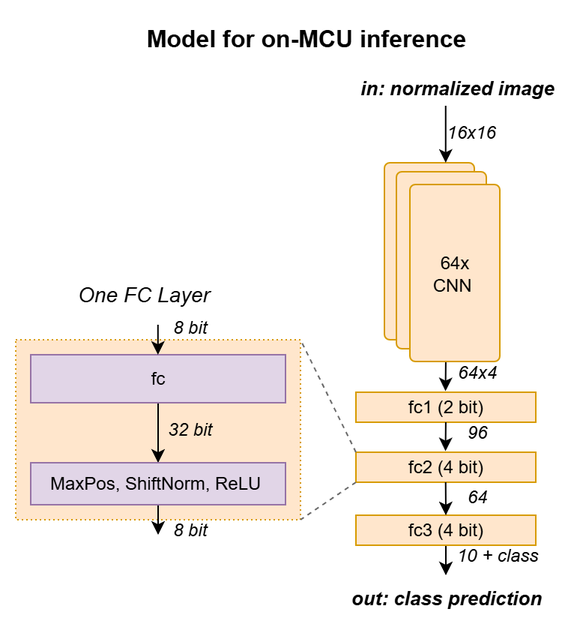
Above: docs/model_cnn_overview.png in cpldcpu/BitNetMCU (draw.io), before the change. Source tidied: cells renumbered, new cells last; positions are measured from the earlier drawing's top-left corner, leaving out a move shared by most shapes.
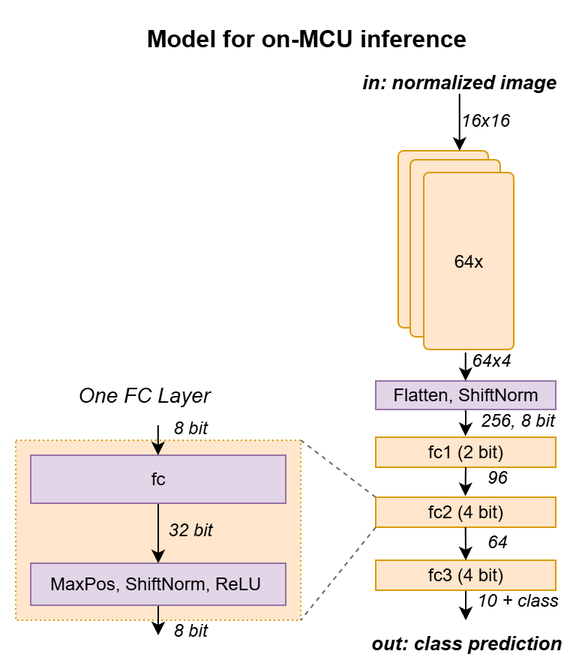
After the change.

Diff of the diagram source:
```diff
@@ -3,34 +3,34 @@
     <mxCell id="0" />
     <mxCell id="1" parent="0" />
     <mxCell id="2" style="rounded=0;whiteSpace=wrap;html=1;dashed=1;dashPattern=1 2;fillColor=#ffe6cc;strokeColor=#d79b00;" parent="1" vertex="1">
-      <mxGeometry y="216" width="190" height="120" as="geometry" />
+      <mxGeometry x="-13" y="253" width="190" height="120" as="geometry" />
     </mxCell>
     <mxCell id="3" style="edgeStyle=orthogonalEdgeStyle;rounded=0;jettySize=auto;html=1;entryX=0.5;entryY=0;entryDx=0;entryDy=0;" parent="1" edge="1" source="4" target="6">
       <mxGeometry relative="1" as="geometry">
         <Array as="points">
-          <mxPoint x="95" y="278" />
-          <mxPoint x="95" y="278" />
+          <mxPoint x="82" y="315" />
+          <mxPoint x="82" y="315" />
         </Array>
       </mxGeometry>
     </mxCell>
     <mxCell id="4" value="fc" style="rounded=0;whiteSpace=wrap;html=1;fillColor=#e1d5e7;strokeColor=#9673a6;" parent="1" vertex="1">
-      <mxGeometry x="10" y="226" width="170" height="32" as="geometry" />
+      <mxGeometry x="-3" y="263" width="170" height="32" as="geometry" />
     </mxCell>
     <mxCell id="5" style="edgeStyle=orthogonalEdgeStyle;rounded=0;jettySize=auto;html=1;" parent="1" edge="1" source="6">
       <mxGeometry relative="1" as="geometry">
-        <mxPoint x="95" y="346" as="targetPoint" />
+        <mxPoint x="82" y="383" as="targetPoint" />
       </mxGeometry>
     </mxCell>
     <mxCell id="6" value="MaxPos, ShiftNorm, ReLU&amp;nbsp;" style="rounded=0;whiteSpace=wrap;html=1;fillColor=#e1d5e7;strokeColor=#9673a6;" parent="1" vertex="1">
-      <mxGeometry x="10" y="298" width="170" height="28" as="geometry" />
+      <mxGeometry x="-3" y="335" width="170" height="28" as="geometry" />
     </mxCell>
     <mxCell id="7" value="&lt;span style=&quot;font-weight: normal;&quot;&gt;&lt;i&gt;One FC Layer&lt;/i&gt;&lt;/span&gt;" style="text;html=1;align=center;verticalAlign=middle;whiteSpace=wrap;rounded=0;fontSize=14;fontStyle=1;" parent="1" vertex="1">
-      <mxGeometry x="33" y="171" width="104.5" height="30" as="geometry" />
+      <mxGeometry x="20" y="208" width="104.5" height="30" as="geometry" />
     </mxCell>
     <mxCell id="8" style="edgeStyle=orthogonalEdgeStyle;rounded=0;orthogonalLoop=1;jettySize=auto;html=1;entryX=0.5;entryY=0;entryDx=0;entryDy=0;" parent="1" edge="1">
       <mxGeometry relative="1" as="geometry">
-        <mxPoint x="94.9" y="206" as="sourcePoint" />
-        <mxPoint x="94.9" y="226" as="targetPoint" />
+        <mxPoint x="81.9" y="243" as="sourcePoint" />
+        <mxPoint x="81.9" y="263" as="targetPoint" />
       </mxGeometry>
     </mxCell>
     <mxCell id="9" value="fc1 (2 bit)" style="rounded=0;whiteSpace=wrap;html=1;fillColor=#ffe6cc;strokeColor=#d79b00;" parent="1" vertex="1">
@@ -39,10 +39,14 @@
     <mxCell id="10" style="edgeStyle=orthogonalEdgeStyle;rounded=0;jettySize=auto;html=1;entryX=0.498;entryY=-0.038;entryDx=0;entryDy=0;startArrow=none;startFill=0;entryPerimeter=0;" parent="1" edge="1" target="9">
       <mxGeometry relative="1" as="geometry">
         <mxPoint x="287" y="231" as="sourcePoint" />
+        <Array as="points">
+          <mxPoint x="287" y="240" />
+          <mxPoint x="287" y="240" />
+        </Array>
       </mxGeometry>
     </mxCell>
     <mxCell id="11" value="64x4" style="text;html=1;align=center;verticalAlign=middle;whiteSpace=wrap;rounded=0;fontStyle=2;" parent="1" vertex="1">
-      <mxGeometry x="293" y="231" width="30" height="15" as="geometry" />
+      <mxGeometry x="289" y="193" width="30" height="15" as="geometry" />
     </mxCell>
     <mxCell id="12" value="fc2 (4 bit)" style="rounded=0;whiteSpace=wrap;html=1;fillColor=#ffe6cc;strokeColor=#d79b00;" parent="1" vertex="1">
       <mxGeometry x="227" y="291" width="120" height="20" as="geometry" />
@@ -73,10 +77,10 @@
       <mxGeometry x="217.5" y="380" width="139" height="15" as="geometry" />
     </mxCell>
     <mxCell id="20" value="in: normalized image&amp;nbsp;" style="text;html=1;align=center;verticalAlign=middle;whiteSpace=wrap;rounded=0;fontStyle=3;fontSize=13;" parent="1" vertex="1">
-      <mxGeometry x="227" y="40" width="139" height="15" as="geometry" />
+      <mxGeometry x="215" y="6" width="139" height="15" as="geometry" />
     </mxCell>
     <mxCell id="21" value="Model&amp;nbsp;&lt;span style=&quot;background-color: initial;&quot;&gt;for on-MCU inference&lt;/span&gt;" style="text;html=1;align=center;verticalAlign=middle;whiteSpace=wrap;rounded=0;fontSize=16;fontStyle=1;" parent="1" vertex="1">
-      <mxGeometry x="82" width="224" height="30" as="geometry" />
+      <mxGeometry x="69" y="-30" width="224" height="30" as="geometry" />
     </mxCell>
     <mxCell id="22" style="endArrow=none;html=1;strokeWidth=1;rounded=0;entryX=1;entryY=0;entryDx=0;entryDy=0;dashed=1;strokeColor=#696969;exitX=0;exitY=0;exitDx=0;exitDy=0;" parent="1" edge="1" source="12" target="2">
       <mxGeometry relative="1" as="geometry" />
@@ -85,13 +89,13 @@
       <mxGeometry relative="1" as="geometry" />
     </mxCell>
     <mxCell id="24" value="32 bit&amp;nbsp;" style="text;html=1;align=center;verticalAlign=middle;whiteSpace=wrap;rounded=0;fontStyle=2;" parent="1" vertex="1">
-      <mxGeometry x="97.5" y="268" width="40" height="15" as="geometry" />
+      <mxGeometry x="84.5" y="305" width="40" height="15" as="geometry" />
     </mxCell>
     <mxCell id="25" value="8 bit&amp;nbsp;" style="text;html=1;align=center;verticalAlign=middle;whiteSpace=wrap;rounded=0;fontStyle=2;" parent="1" vertex="1">
-      <mxGeometry x="97.5" y="336" width="40" height="15" as="geometry" />
+      <mxGeometry x="84.5" y="373" width="40" height="15" as="geometry" />
     </mxCell>
     <mxCell id="26" value="8 bit&amp;nbsp;" style="text;html=1;align=center;verticalAlign=middle;whiteSpace=wrap;rounded=0;fontStyle=2;" parent="1" vertex="1">
-      <mxGeometry x="97.5" y="201" width="40" height="15" as="geometry" />
+      <mxGeometry x="84.5" y="238" width="40" height="15" as="geometry" />
     </mxCell>
     <mxCell id="27" style="edgeStyle=orthogonalEdgeStyle;rounded=0;orthogonalLoop=1;jettySize=auto;html=1;entryX=0.5;entryY=0;entryDx=0;entryDy=0;startArrow=none;startFill=0;" parent="1" edge="1">
       <mxGeometry relative="1" as="geometry">
@@ -100,26 +104,42 @@
       </mxGeometry>
     </mxCell>
     <mxCell id="28" style="rounded=1;whiteSpace=wrap;html=1;fillColor=#ffe6cc;strokeColor=light-dark(#D79B00,#996500);perimeterSpacing=0;miterlimit=4;arcSize=6;strokeWidth=1;" parent="1" vertex="1">
-      <mxGeometry x="246" y="98" width="60" height="118" as="geometry" />
+      <mxGeometry x="242" y="60" width="60" height="118" as="geometry" />
     </mxCell>
     <mxCell id="29" style="rounded=1;whiteSpace=wrap;html=1;fillColor=#ffe6cc;strokeColor=light-dark(#D79B00,#996500);perimeterSpacing=0;miterlimit=4;arcSize=6;strokeWidth=1;" parent="1" vertex="1">
-      <mxGeometry x="254" y="104" width="60" height="118" as="geometry" />
+      <mxGeometry x="250" y="66" width="60" height="118" as="geometry" />
     </mxCell>
-    <mxCell id="30" value="64x&lt;br&gt;CNN&amp;nbsp;" style="rounded=1;whiteSpace=wrap;html=1;fillColor=#ffe6cc;strokeColor=light-dark(#D79B00,#996500);perimeterSpacing=0;miterlimit=4;arcSize=6;strokeWidth=1;" parent="1" vertex="1">
-      <mxGeometry x="263" y="112.5" width="60" height="118" as="geometry" />
+    <mxCell id="30" value="64x" style="rounded=1;whiteSpace=wrap;html=1;fillColor=#ffe6cc;strokeColor=light-dark(#D79B00,#996500);perimeterSpacing=0;miterlimit=4;arcSize=6;strokeWidth=1;" parent="1" vertex="1">
+      <mxGeometry x="259" y="74.5" width="60" height="118" as="geometry" />
     </mxCell>
     <mxCell id="31" value="16x16" style="text;html=1;align=center;verticalAlign=middle;whiteSpace=wrap;rounded=0;fontStyle=2;" parent="1" vertex="1">
-      <mxGeometry x="288.5" y="70" width="30" height="15" as="geometry" />
+      <mxGeometry x="284.5" y="32" width="30" height="15" as="geometry" />
     </mxCell>
     <mxCell id="32" style="edgeStyle=orthogonalEdgeStyle;rounded=0;orthogonalLoop=1;jettySize=auto;html=1;entryX=0.5;entryY=0;entryDx=0;entryDy=0;" parent="1" edge="1">
       <mxGeometry relative="1" as="geometry">
-        <mxPoint x="286.9" y="78" as="sourcePoint" />
-        <mxPoint x="286.9" y="98" as="targetPoint" />
+        <mxPoint x="282.9" y="40" as="sourcePoint" />
+        <mxPoint x="282.9" y="60" as="targetPoint" />
         <Array as="points">
-          <mxPoint x="287" y="60" />
-          <mxPoint x="287" y="60" />
+          <mxPoint x="283" y="22" />
+          <mxPoint x="283" y="22" />
         </Array>
       </mxGeometry>
     </mxCell>
+    <mxCell id="33" value="Flatten, ShiftNorm" style="rounded=0;whiteSpace=wrap;html=1;fillColor=#e1d5e7;strokeColor=#9673a6;" parent="1" vertex="1">
+      <mxGeometry x="227" y="213.5" width="120" height="19" as="geometry" />
+    </mxCell>
+    <mxCell id="34" style="edgeStyle=orthogonalEdgeStyle;rounded=0;orthogonalLoop=1;jettySize=auto;html=1;entryX=0.498;entryY=-0.038;entryDx=0;entryDy=0;startArrow=none;startFill=0;entryPerimeter=0;" parent="1" edge="1">
+      <mxGeometry relative="1" as="geometry">
+        <mxPoint x="286.9" y="194.5" as="sourcePoint" />
+        <mxPoint x="286.9" y="213.5" as="targetPoint" />
+        <Array as="points">
+          <mxPoint x="286.9" y="203.5" />
+          <mxPoint x="286.9" y="203.5" />
+        </Array>
+      </mxGeometry>
+    </mxCell>
+    <mxCell id="35" value="256, 8 bit" style="text;html=1;align=center;verticalAlign=middle;whiteSpace=wrap;rounded=0;fontStyle=2;" parent="1" vertex="1">
+      <mxGeometry x="293" y="232.5" width="57" height="15" as="geometry" />
+    </mxCell>
   </root>
 </mxGraphModel>
```
